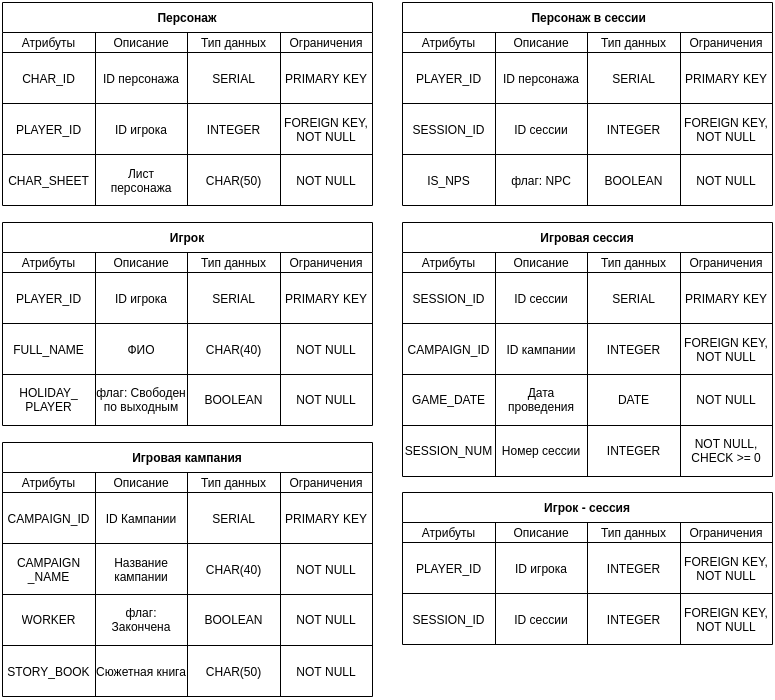
This is physic_diagram.png from LotFullKa/DB_Project, a draw.io export, as it was before one commit. Source tidied: cells renumbered, new cells last; positions are measured from the earlier drawing's top-left corner, leaving out a move shared by most shapes.
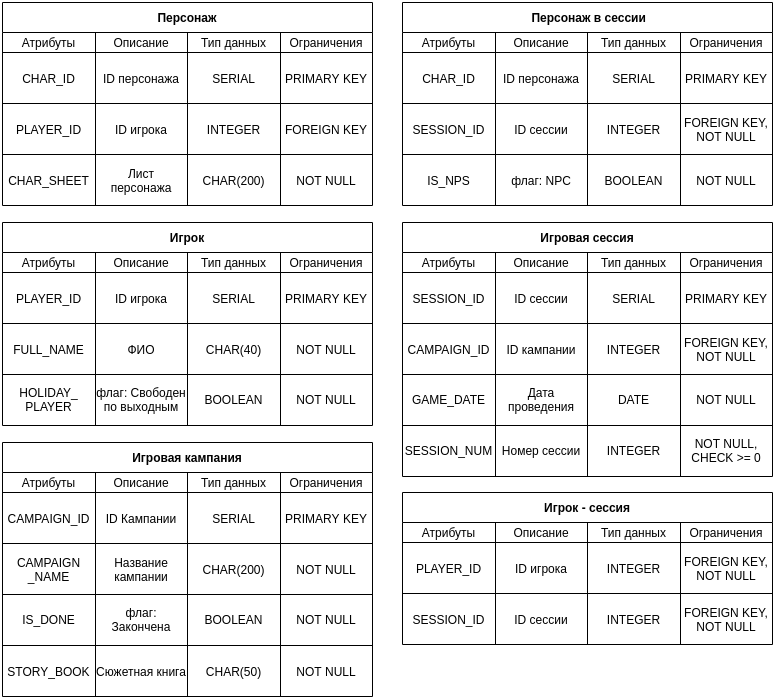
After the commit.

What changed in the source:
```diff
@@ -47,7 +47,7 @@
     <mxCell id="16" value="INTEGER" style="shape=partialRectangle;html=1;whiteSpace=wrap;fillColor=none;top=0;left=0;bottom=0;right=0;overflow=hidden;" parent="13" vertex="1">
       <mxGeometry x="185" width="93" height="51" as="geometry" />
     </mxCell>
-    <mxCell id="17" value="FOREIGN KEY, NOT NULL" style="shape=partialRectangle;html=1;whiteSpace=wrap;fillColor=none;top=0;left=0;bottom=0;right=0;overflow=hidden;" parent="13" vertex="1">
+    <mxCell id="17" value="FOREIGN KEY" style="shape=partialRectangle;html=1;whiteSpace=wrap;fillColor=none;top=0;left=0;bottom=0;right=0;overflow=hidden;" parent="13" vertex="1">
       <mxGeometry x="278" width="92" height="51" as="geometry" />
     </mxCell>
     <mxCell id="18" style="shape=partialRectangle;html=1;whiteSpace=wrap;fillColor=none;top=0;left=0;bottom=0;right=0;" parent="2" vertex="1">
@@ -59,7 +59,7 @@
     <mxCell id="20" value="Лист персонажа" style="shape=partialRectangle;html=1;whiteSpace=wrap;fillColor=none;top=0;left=0;bottom=0;right=0;overflow=hidden;" parent="18" vertex="1">
       <mxGeometry x="93" width="92" height="51" as="geometry" />
     </mxCell>
-    <mxCell id="21" value="CHAR(50)" style="shape=partialRectangle;html=1;whiteSpace=wrap;fillColor=none;top=0;left=0;bottom=0;right=0;overflow=hidden;" parent="18" vertex="1">
+    <mxCell id="21" value="CHAR(200)" style="shape=partialRectangle;html=1;whiteSpace=wrap;fillColor=none;top=0;left=0;bottom=0;right=0;overflow=hidden;" parent="18" vertex="1">
       <mxGeometry x="185" width="93" height="51" as="geometry" />
     </mxCell>
     <mxCell id="22" value="NOT NULL" style="shape=partialRectangle;html=1;whiteSpace=wrap;fillColor=none;top=0;left=0;bottom=0;right=0;overflow=hidden;" parent="18" vertex="1">
@@ -149,7 +149,7 @@
     <mxCell id="50" style="shape=partialRectangle;html=1;whiteSpace=wrap;fillColor=none;top=0;left=0;bottom=0;right=0;" parent="44" vertex="1">
       <mxGeometry y="50" width="370" height="51" as="geometry" />
     </mxCell>
-    <mxCell id="51" value="&lt;span&gt;PLAYER_ID&lt;/span&gt;" style="shape=partialRectangle;html=1;whiteSpace=wrap;fillColor=none;top=0;left=0;bottom=0;right=0;overflow=hidden;" parent="50" vertex="1">
+    <mxCell id="51" value="CHAR_ID" style="shape=partialRectangle;html=1;whiteSpace=wrap;fillColor=none;top=0;left=0;bottom=0;right=0;overflow=hidden;" parent="50" vertex="1">
       <mxGeometry width="93" height="51" as="geometry" />
     </mxCell>
     <mxCell id="52" value="ID персонажа" style="shape=partialRectangle;html=1;whiteSpace=wrap;fillColor=none;top=0;left=0;bottom=0;right=0;overflow=hidden;" parent="50" vertex="1">
@@ -311,7 +311,7 @@
     <mxCell id="104" value="Название кампании" style="shape=partialRectangle;html=1;whiteSpace=wrap;fillColor=none;top=0;left=0;bottom=0;right=0;overflow=hidden;" parent="102" vertex="1">
       <mxGeometry x="93" width="92" height="51" as="geometry" />
     </mxCell>
-    <mxCell id="105" value="CHAR(40)" style="shape=partialRectangle;html=1;whiteSpace=wrap;fillColor=none;top=0;left=0;bottom=0;right=0;overflow=hidden;" parent="102" vertex="1">
+    <mxCell id="105" value="CHAR(200)" style="shape=partialRectangle;html=1;whiteSpace=wrap;fillColor=none;top=0;left=0;bottom=0;right=0;overflow=hidden;" parent="102" vertex="1">
       <mxGeometry x="185" width="93" height="51" as="geometry" />
     </mxCell>
     <mxCell id="106" value="NOT NULL" style="shape=partialRectangle;html=1;whiteSpace=wrap;fillColor=none;top=0;left=0;bottom=0;right=0;overflow=hidden;" parent="102" vertex="1">
@@ -320,7 +320,7 @@
     <mxCell id="107" style="shape=partialRectangle;html=1;whiteSpace=wrap;fillColor=none;top=0;left=0;bottom=0;right=0;" parent="91" vertex="1">
       <mxGeometry y="152" width="370" height="51" as="geometry" />
     </mxCell>
-    <mxCell id="108" value="WORKER" style="shape=partialRectangle;html=1;whiteSpace=wrap;fillColor=none;top=0;left=0;bottom=0;right=0;overflow=hidden;" parent="107" vertex="1">
+    <mxCell id="108" value="IS_DONE" style="shape=partialRectangle;html=1;whiteSpace=wrap;fillColor=none;top=0;left=0;bottom=0;right=0;overflow=hidden;" parent="107" vertex="1">
       <mxGeometry width="93" height="51" as="geometry" />
     </mxCell>
     <mxCell id="109" value="флаг: Закончена" style="shape=partialRectangle;html=1;whiteSpace=wrap;fillColor=none;top=0;left=0;bottom=0;right=0;overflow=hidden;" parent="107" vertex="1">
```
